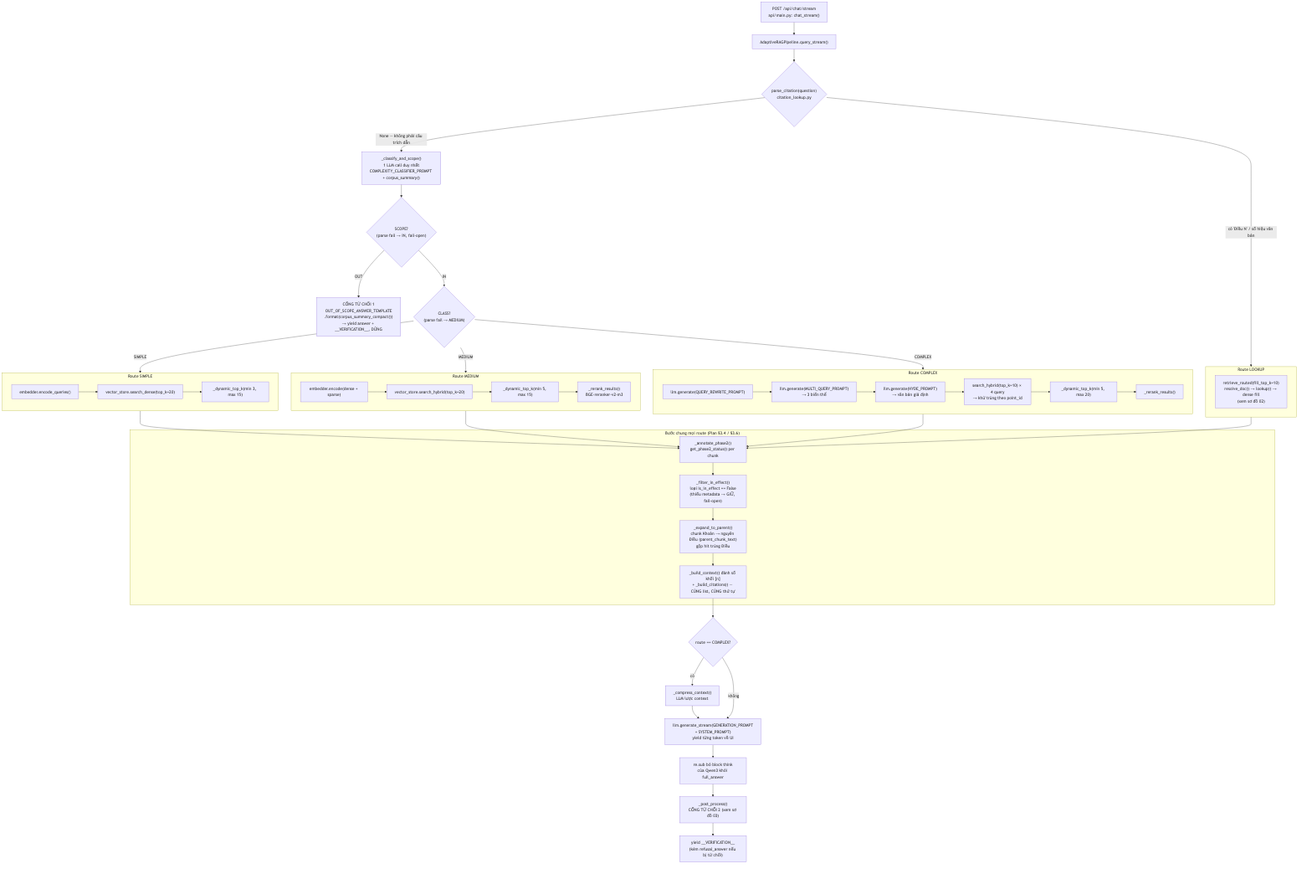
quockhanh41/Vietnamese-legal-bot keeps this Mermaid diagram as docs/diagrams/01-query-stream.png. Above is the earlier version. Its source is kept beside it as docs/diagrams/01-query-stream.mmd.
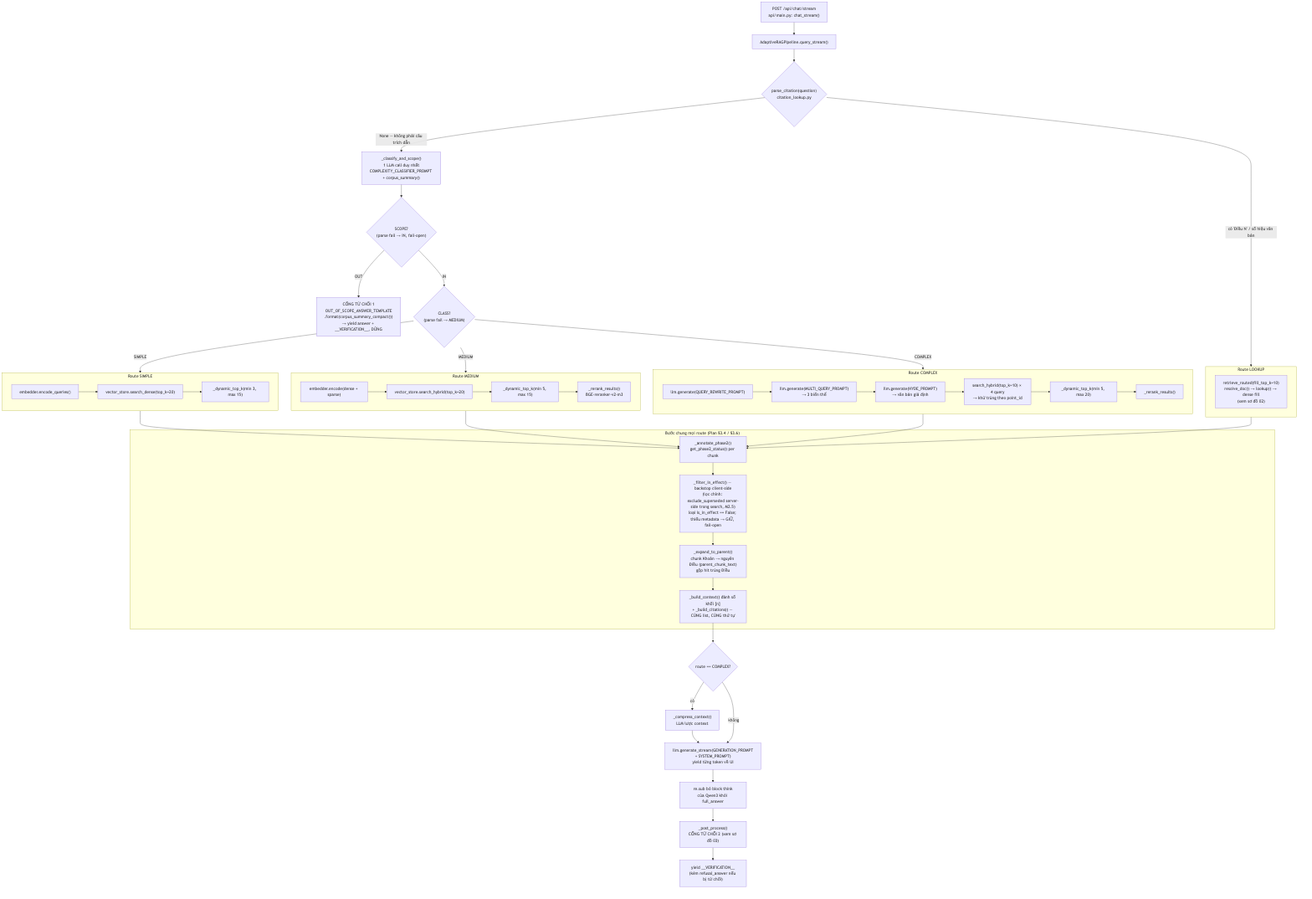
The same file after the commit.

Diff of the diagram source:
```diff
@@ -40,7 +40,7 @@
     COMPLEX --> P2
 
     subgraph SHARED ["Bước chung mọi route (Plan §3.4 / §3.6)"]
-        P2["_annotate_phase2()<br/>get_phase2_status() per chunk"] --> FIE["_filter_in_effect()<br/>loại is_in_effect == False<br/>(thiếu metadata → GIỮ, fail-open)"]
+        P2["_annotate_phase2()<br/>get_phase2_status() per chunk"] --> FIE["_filter_in_effect() — backstop client-side<br/>(lọc chính: exclude_superseded server-side trong search, M2.5)<br/>loại is_in_effect == False; thiếu metadata → GIỮ, fail-open"]
         FIE --> EXP["_expand_to_parent()<br/>chunk Khoản → nguyên Điều (parent_chunk_text)<br/>gộp hit trùng Điều"]
         EXP --> BC["_build_context() đánh số khối [n]<br/>+ _build_citations() — CÙNG list, CÙNG thứ tự"]
     end
```
